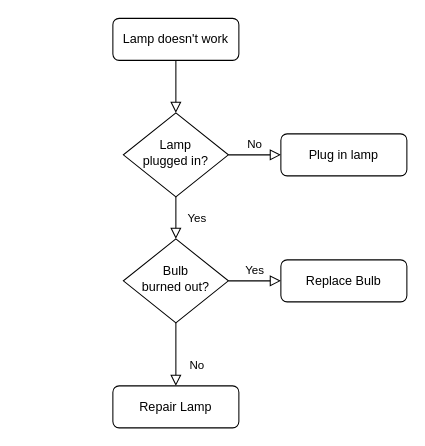
Earlier version of the draw.io diagram Untitled Diagram.drawio (cutieagain/draw.io). Source tidied: cells renumbered, new cells numbered last; positions are measured from the earlier drawing's top-left corner, leaving out a move shared by most shapes. Both pictures are drawn from the tidied source at 105%, with x=0, y=0 at pixel (112, 18).
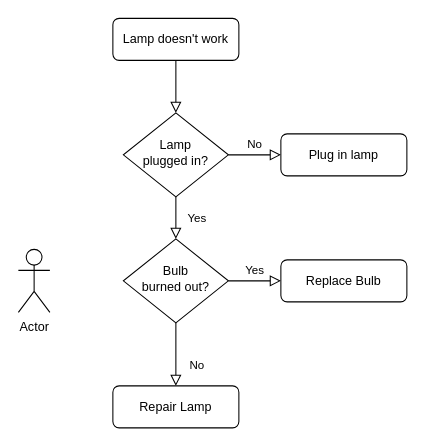
Above is the later version.

Change to the diagram source:
```diff
@@
 <mxGraphModel>
   <root>
     <mxCell id="0" />
     <mxCell id="1" parent="0" />
     <mxCell id="2" style="rounded=0;html=1;jettySize=auto;fontSize=11;endArrow=block;endFill=0;endSize=8;strokeWidth=1;shadow=0;labelBackgroundColor=none;edgeStyle=orthogonalEdgeStyle;" parent="1" edge="1" source="3" target="6">
       <mxGeometry relative="1" as="geometry" />
     </mxCell>
     <mxCell id="3" value="Lamp doesn't work" style="rounded=1;whiteSpace=wrap;html=1;fontSize=12;glass=0;strokeWidth=1;shadow=0;" parent="1" vertex="1">
       <mxGeometry width="120" height="40" as="geometry" />
     </mxCell>
     <mxCell id="4" value="Yes" style="rounded=0;html=1;jettySize=auto;fontSize=11;endArrow=block;endFill=0;endSize=8;strokeWidth=1;shadow=0;labelBackgroundColor=none;edgeStyle=orthogonalEdgeStyle;" parent="1" edge="1" source="6" target="10">
       <mxGeometry y="20" relative="1" as="geometry" />
     </mxCell>
     <mxCell id="5" value="No" style="edgeStyle=orthogonalEdgeStyle;rounded=0;html=1;jettySize=auto;fontSize=11;endArrow=block;endFill=0;endSize=8;strokeWidth=1;shadow=0;labelBackgroundColor=none;" parent="1" edge="1" source="6" target="7">
       <mxGeometry y="10" relative="1" as="geometry" />
     </mxCell>
     <mxCell id="6" value="Lamp&lt;br&gt;plugged in?" style="rhombus;whiteSpace=wrap;html=1;shadow=0;fontFamily=Helvetica;fontSize=12;align=center;strokeWidth=1;spacing=6;spacingTop=-4;" parent="1" vertex="1">
       <mxGeometry x="10" y="90" width="100" height="80" as="geometry" />
     </mxCell>
     <mxCell id="7" value="Plug in lamp" style="rounded=1;whiteSpace=wrap;html=1;fontSize=12;glass=0;strokeWidth=1;shadow=0;" parent="1" vertex="1">
       <mxGeometry x="160" y="110" width="120" height="40" as="geometry" />
     </mxCell>
     <mxCell id="8" value="No" style="rounded=0;html=1;jettySize=auto;fontSize=11;endArrow=block;endFill=0;endSize=8;strokeWidth=1;shadow=0;labelBackgroundColor=none;edgeStyle=orthogonalEdgeStyle;" parent="1" edge="1" source="10" target="11">
       <mxGeometry x="0.33" y="20" relative="1" as="geometry" />
     </mxCell>
     <mxCell id="9" value="Yes" style="edgeStyle=orthogonalEdgeStyle;rounded=0;html=1;jettySize=auto;fontSize=11;endArrow=block;endFill=0;endSize=8;strokeWidth=1;shadow=0;labelBackgroundColor=none;" parent="1" edge="1" source="10" target="12">
       <mxGeometry y="10" relative="1" as="geometry" />
     </mxCell>
     <mxCell id="10" value="Bulb&lt;br&gt;burned out?" style="rhombus;whiteSpace=wrap;html=1;shadow=0;fontFamily=Helvetica;fontSize=12;align=center;strokeWidth=1;spacing=6;spacingTop=-4;" parent="1" vertex="1">
       <mxGeometry x="10" y="210" width="100" height="80" as="geometry" />
     </mxCell>
     <mxCell id="11" value="Repair Lamp" style="rounded=1;whiteSpace=wrap;html=1;fontSize=12;glass=0;strokeWidth=1;shadow=0;" parent="1" vertex="1">
       <mxGeometry y="350" width="120" height="40" as="geometry" />
     </mxCell>
     <mxCell id="12" value="Replace Bulb" style="rounded=1;whiteSpace=wrap;html=1;fontSize=12;glass=0;strokeWidth=1;shadow=0;" parent="1" vertex="1">
       <mxGeometry x="160" y="230" width="120" height="40" as="geometry" />
     </mxCell>
+    <mxCell id="13" value="Actor" style="shape=umlActor;verticalLabelPosition=bottom;verticalAlign=top;html=1;" parent="1" vertex="1">
+      <mxGeometry x="-90" y="220" width="30" height="60" as="geometry" />
+    </mxCell>
   </root>
 </mxGraphModel>
```
